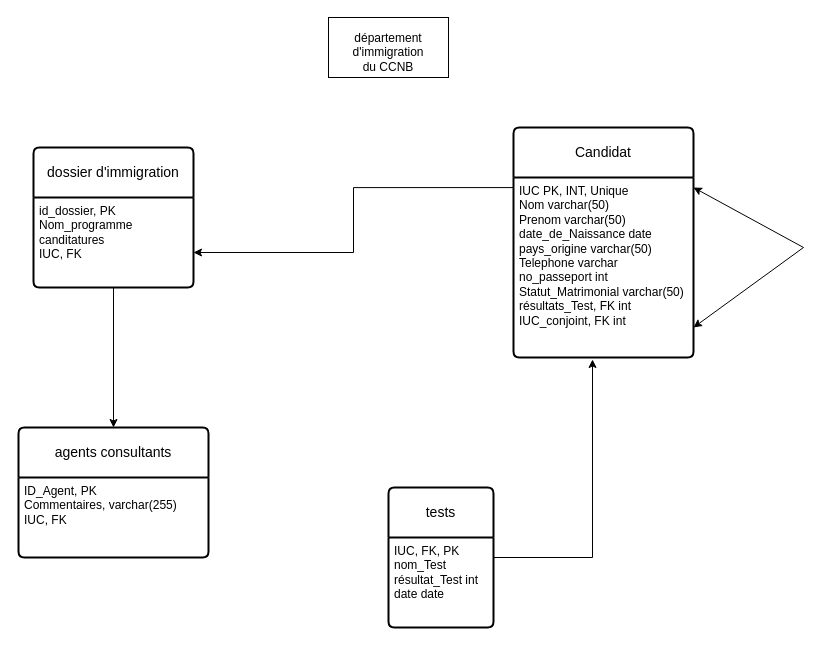
Above: page "Modèle entité-association" (1 of 2) of Mi-session/test26FevDATA1029XavierViel.drawio in ProfX1/2094329_DATA1029 (draw.io), before the change. Source tidied: cells renumbered, new cells numbered last; positions are measured from the earlier drawing's top-left corner, leaving out a move shared by most shapes. Both pictures are drawn from the tidied source at 100%, with x=0, y=0 at pixel (18, 17).
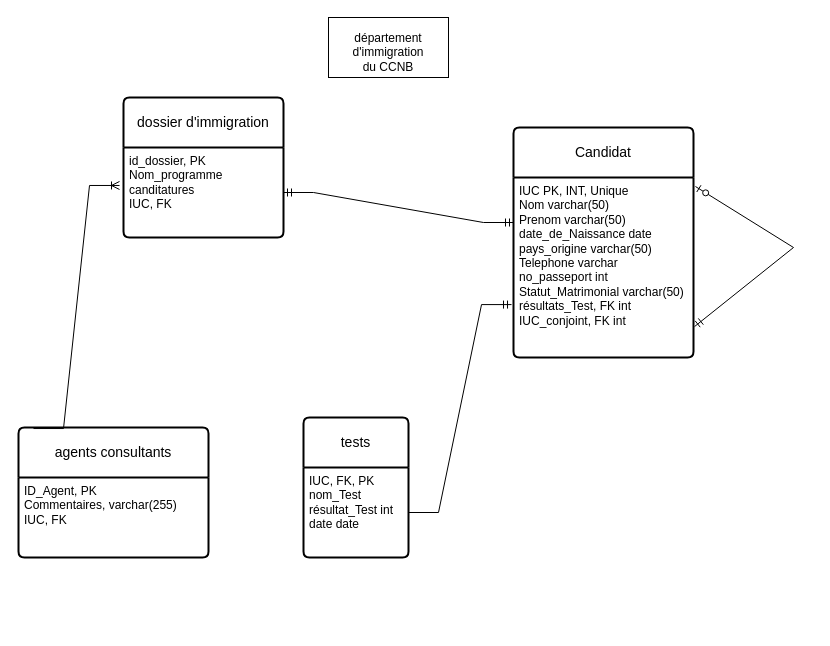
The same diagram, later.

Commit message:
add_arrows_in_entite_association

Unchanged cells that the change refers to:
```xml
<mxCell id="4" value="Candidat" style="swimlane;horizontal=1;startSize=50;rounded=1;fontSize=14;fontStyle=0;strokeWidth=2;shadow=0;dashed=0;align=center;arcSize=4;whiteSpace=wrap;html=1;" parent="1" vertex="1">
  <mxGeometry x="495" y="110" width="180" height="230" as="geometry" />
</mxCell>
<mxCell id="5" value="IUC PK, INT, Unique&lt;br&gt;Nom varchar(50)&lt;br&gt;Prenom varchar(50)&lt;br&gt;date_de_Naissance date&lt;br&gt;pays_origine varchar(50)&lt;br&gt;Telephone varchar&lt;br&gt;no_passeport int&lt;br&gt;Statut_Matrimonial varchar(50)&lt;br&gt;résultats_Test, FK int&lt;br&gt;IUC_conjoint, FK int" style="align=left;strokeColor=none;fillColor=none;spacingLeft=4;fontSize=12;verticalAlign=top;html=1;" parent="4" vertex="1">
  <mxGeometry y="50" width="180" height="180" as="geometry" />
</mxCell>
<mxCell id="7" value="id_dossier, PK&lt;br&gt;Nom_programme&lt;br&gt;canditatures&lt;br&gt;IUC, FK&lt;br&gt;&lt;div&gt;&lt;br/&gt;&lt;/div&gt;" style="align=left;strokeColor=none;fillColor=none;spacingLeft=4;fontSize=12;verticalAlign=top;html=1;" parent="6" vertex="1">
  <mxGeometry y="50" width="160" height="90" as="geometry" />
</mxCell>
<mxCell id="9" value="IUC, FK, PK&lt;br&gt;nom_Test&lt;br&gt;résultat_Test int&lt;br&gt;date date&lt;div&gt;&lt;br/&gt;&lt;/div&gt;" style="align=left;strokeColor=none;fillColor=none;spacingLeft=4;fontSize=12;verticalAlign=top;html=1;" parent="8" vertex="1">
  <mxGeometry y="50" width="105" height="90" as="geometry" />
</mxCell>
<mxCell id="11" value="agents consultants" style="swimlane;horizontal=1;startSize=50;rounded=1;fontSize=14;fontStyle=0;strokeWidth=2;shadow=0;dashed=0;align=center;arcSize=4;whiteSpace=wrap;html=1;" parent="1" vertex="1">
  <mxGeometry y="410" width="190" height="130" as="geometry" />
</mxCell>
```

Change to the diagram source:
```diff
@@
+    <mxCell id="16" style="edgeStyle=entityRelationEdgeStyle;fontSize=12;html=1;endArrow=ERzeroToOne;startArrow=ERmandOne;rounded=0;exitX=1.006;exitY=0.828;exitDx=0;exitDy=0;exitPerimeter=0;entryX=1.011;entryY=0.05;entryDx=0;entryDy=0;entryPerimeter=0;" parent="4" edge="1" source="5" target="5">
+      <mxGeometry relative="1" as="geometry">
+        <Array as="points">
+          <mxPoint x="280" y="120" />
+        </Array>
+      </mxGeometry>
+    </mxCell>
     <mxCell id="6" value="dossier d'immigration" style="swimlane;horizontal=1;startSize=50;rounded=1;fontSize=14;fontStyle=0;strokeWidth=2;shadow=0;dashed=0;align=center;arcSize=4;whiteSpace=wrap;html=1;" parent="1" vertex="1">
-      <mxGeometry x="15" y="130" width="160" height="140" as="geometry" />
+      <mxGeometry x="105" y="80" width="160" height="140" as="geometry" />
     </mxCell>
@@
     <mxCell id="8" value="tests" style="swimlane;horizontal=1;startSize=50;rounded=1;fontSize=14;fontStyle=0;strokeWidth=2;shadow=0;dashed=0;align=center;arcSize=4;whiteSpace=wrap;html=1;" parent="1" vertex="1">
-      <mxGeometry x="370" y="470" width="105" height="140" as="geometry" />
+      <mxGeometry x="285" y="400" width="105" height="140" as="geometry" />
     </mxCell>
@@
-    <mxCell id="10" style="edgeStyle=orthogonalEdgeStyle;rounded=0;jettySize=auto;html=1;entryX=0.439;entryY=1.011;entryDx=0;entryDy=0;entryPerimeter=0;" parent="1" edge="1" source="8" target="5">
-      <mxGeometry relative="1" as="geometry" />
-    </mxCell>
@@
-    <mxCell id="13" style="edgeStyle=orthogonalEdgeStyle;rounded=0;jettySize=auto;html=1;entryX=0.5;entryY=0;entryDx=0;entryDy=0;" parent="1" edge="1" source="7" target="11">
-      <mxGeometry relative="1" as="geometry" />
-    </mxCell>
-    <mxCell id="14" style="edgeStyle=orthogonalEdgeStyle;rounded=0;jettySize=auto;html=1;entryX=1;entryY=0.611;entryDx=0;entryDy=0;entryPerimeter=0;exitX=0;exitY=0.056;exitDx=0;exitDy=0;exitPerimeter=0;" parent="1" edge="1" source="5" target="7">
-      <mxGeometry relative="1" as="geometry" />
-    </mxCell>
-    <mxCell id="15" style="endArrow=classic;startArrow=classic;html=1;rounded=0;" parent="1" edge="1">
-      <mxGeometry relative="1" as="geometry">
-        <mxPoint x="675" y="170" as="sourcePoint" />
-        <mxPoint x="675" y="310" as="targetPoint" />
-        <Array as="points">
-          <mxPoint x="785" y="230" />
-        </Array>
-      </mxGeometry>
-    </mxCell>
+    <mxCell id="17" style="edgeStyle=entityRelationEdgeStyle;fontSize=12;html=1;endArrow=ERoneToMany;rounded=0;entryX=-0.025;entryY=0.422;entryDx=0;entryDy=0;entryPerimeter=0;exitX=0.079;exitY=0.008;exitDx=0;exitDy=0;exitPerimeter=0;" parent="1" edge="1" source="11" target="7">
+      <mxGeometry relative="1" as="geometry">
+        <Array as="points">
+          <mxPoint x="5" y="410" />
+          <mxPoint x="11" y="320" />
+          <mxPoint x="15" y="300" />
+          <mxPoint x="5" y="260" />
+          <mxPoint x="5" y="310" />
+          <mxPoint x="5" y="320" />
+          <mxPoint x="15" y="320" />
+        </Array>
+      </mxGeometry>
+    </mxCell>
+    <mxCell id="18" style="edgeStyle=entityRelationEdgeStyle;fontSize=12;html=1;endArrow=ERmandOne;startArrow=ERmandOne;rounded=0;exitX=1;exitY=0.5;exitDx=0;exitDy=0;entryX=0;entryY=0.25;entryDx=0;entryDy=0;" parent="1" edge="1" source="7" target="5">
+      <mxGeometry relative="1" as="geometry" />
+    </mxCell>
+    <mxCell id="19" style="edgeStyle=entityRelationEdgeStyle;fontSize=12;html=1;endArrow=ERmandOne;rounded=0;exitX=1;exitY=0.5;exitDx=0;exitDy=0;entryX=-0.011;entryY=0.706;entryDx=0;entryDy=0;entryPerimeter=0;" parent="1" edge="1" source="9" target="5">
+      <mxGeometry relative="1" as="geometry" />
+    </mxCell>
```
